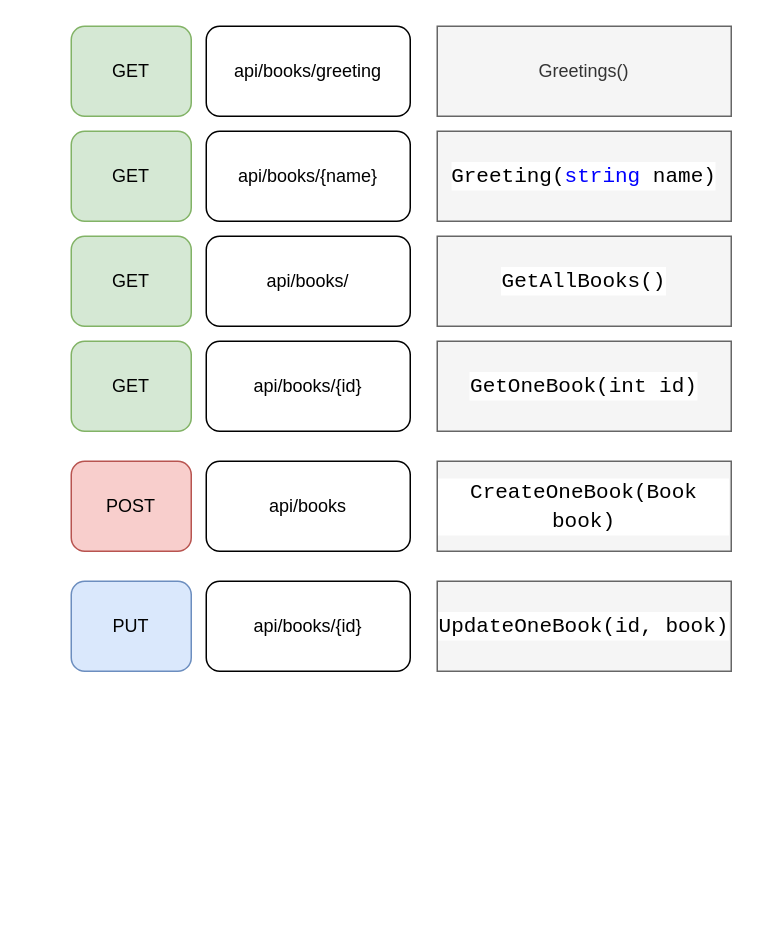
Above: page "Endpoints" (4 of 5) of drawings.drawio in zcomert/sgk-mvc-egitim (draw.io), before the change. Source tidied: cells renumbered, new cells numbered last; positions are measured from the earlier drawing's top-left corner, leaving out a move shared by most shapes. Both pictures are drawn from the tidied source at 150%, with x=0, y=0 at pixel (70, 26).
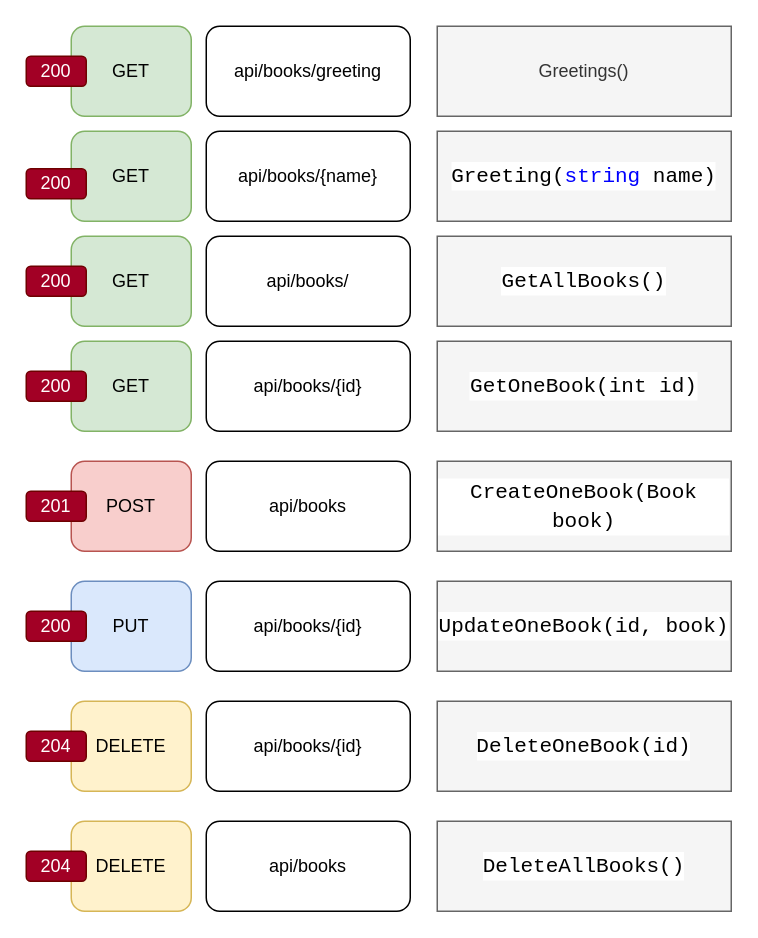
The same diagram, later.

Change to the diagram source:
```diff
@@
+    <mxCell id="20" value="DELETE" style="rounded=1;whiteSpace=wrap;html=1;fillColor=#fff2cc;strokeColor=#d6b656;" parent="1" vertex="1">
+      <mxGeometry y="450" width="80" height="60" as="geometry" />
+    </mxCell>
+    <mxCell id="21" value="api/books/{id}" style="rounded=1;whiteSpace=wrap;html=1;" parent="1" vertex="1">
+      <mxGeometry x="90" y="450" width="136" height="60" as="geometry" />
+    </mxCell>
+    <mxCell id="22" value="&lt;div style=&quot;color: rgb(0 , 0 , 0) ; background-color: rgb(255 , 255 , 255) ; font-family: &amp;#34;consolas&amp;#34; , &amp;#34;courier new&amp;#34; , monospace ; font-size: 14px ; line-height: 19px&quot;&gt;DeleteOneBook(id)&lt;/div&gt;" style="text;html=1;strokeColor=#666666;fillColor=#f5f5f5;align=center;verticalAlign=middle;whiteSpace=wrap;rounded=0;fontColor=#333333;" parent="1" vertex="1">
+      <mxGeometry x="244" y="450" width="196" height="60" as="geometry" />
+    </mxCell>
+    <mxCell id="23" value="200" style="rounded=1;whiteSpace=wrap;html=1;fillColor=#a20025;strokeColor=#6F0000;fontColor=#ffffff;" parent="1" vertex="1">
+      <mxGeometry x="-30" y="20" width="40" height="20" as="geometry" />
+    </mxCell>
+    <mxCell id="24" value="200" style="rounded=1;whiteSpace=wrap;html=1;fillColor=#a20025;strokeColor=#6F0000;fontColor=#ffffff;" parent="1" vertex="1">
+      <mxGeometry x="-30" y="95" width="40" height="20" as="geometry" />
+    </mxCell>
+    <mxCell id="25" value="200" style="rounded=1;whiteSpace=wrap;html=1;fillColor=#a20025;strokeColor=#6F0000;fontColor=#ffffff;" parent="1" vertex="1">
+      <mxGeometry x="-30" y="160" width="40" height="20" as="geometry" />
+    </mxCell>
+    <mxCell id="26" value="200" style="rounded=1;whiteSpace=wrap;html=1;fillColor=#a20025;strokeColor=#6F0000;fontColor=#ffffff;" parent="1" vertex="1">
+      <mxGeometry x="-30" y="230" width="40" height="20" as="geometry" />
+    </mxCell>
+    <mxCell id="27" value="201" style="rounded=1;whiteSpace=wrap;html=1;fillColor=#a20025;strokeColor=#6F0000;fontColor=#ffffff;" parent="1" vertex="1">
+      <mxGeometry x="-30" y="310" width="40" height="20" as="geometry" />
+    </mxCell>
+    <mxCell id="28" value="200" style="rounded=1;whiteSpace=wrap;html=1;fillColor=#a20025;strokeColor=#6F0000;fontColor=#ffffff;" parent="1" vertex="1">
+      <mxGeometry x="-30" y="390" width="40" height="20" as="geometry" />
+    </mxCell>
+    <mxCell id="29" value="204" style="rounded=1;whiteSpace=wrap;html=1;fillColor=#a20025;strokeColor=#6F0000;fontColor=#ffffff;" parent="1" vertex="1">
+      <mxGeometry x="-30" y="470" width="40" height="20" as="geometry" />
+    </mxCell>
+    <mxCell id="30" value="DELETE" style="rounded=1;whiteSpace=wrap;html=1;fillColor=#fff2cc;strokeColor=#d6b656;" parent="1" vertex="1">
+      <mxGeometry y="530" width="80" height="60" as="geometry" />
+    </mxCell>
+    <mxCell id="31" value="api/books" style="rounded=1;whiteSpace=wrap;html=1;" parent="1" vertex="1">
+      <mxGeometry x="90" y="530" width="136" height="60" as="geometry" />
+    </mxCell>
+    <mxCell id="32" value="&lt;div style=&quot;color: rgb(0 , 0 , 0) ; background-color: rgb(255 , 255 , 255) ; font-family: &amp;#34;consolas&amp;#34; , &amp;#34;courier new&amp;#34; , monospace ; font-size: 14px ; line-height: 19px&quot;&gt;DeleteAllBooks()&lt;/div&gt;" style="text;html=1;strokeColor=#666666;fillColor=#f5f5f5;align=center;verticalAlign=middle;whiteSpace=wrap;rounded=0;fontColor=#333333;" parent="1" vertex="1">
+      <mxGeometry x="244" y="530" width="196" height="60" as="geometry" />
+    </mxCell>
+    <mxCell id="33" value="204" style="rounded=1;whiteSpace=wrap;html=1;fillColor=#a20025;strokeColor=#6F0000;fontColor=#ffffff;" parent="1" vertex="1">
+      <mxGeometry x="-30" y="550" width="40" height="20" as="geometry" />
+    </mxCell>
```
